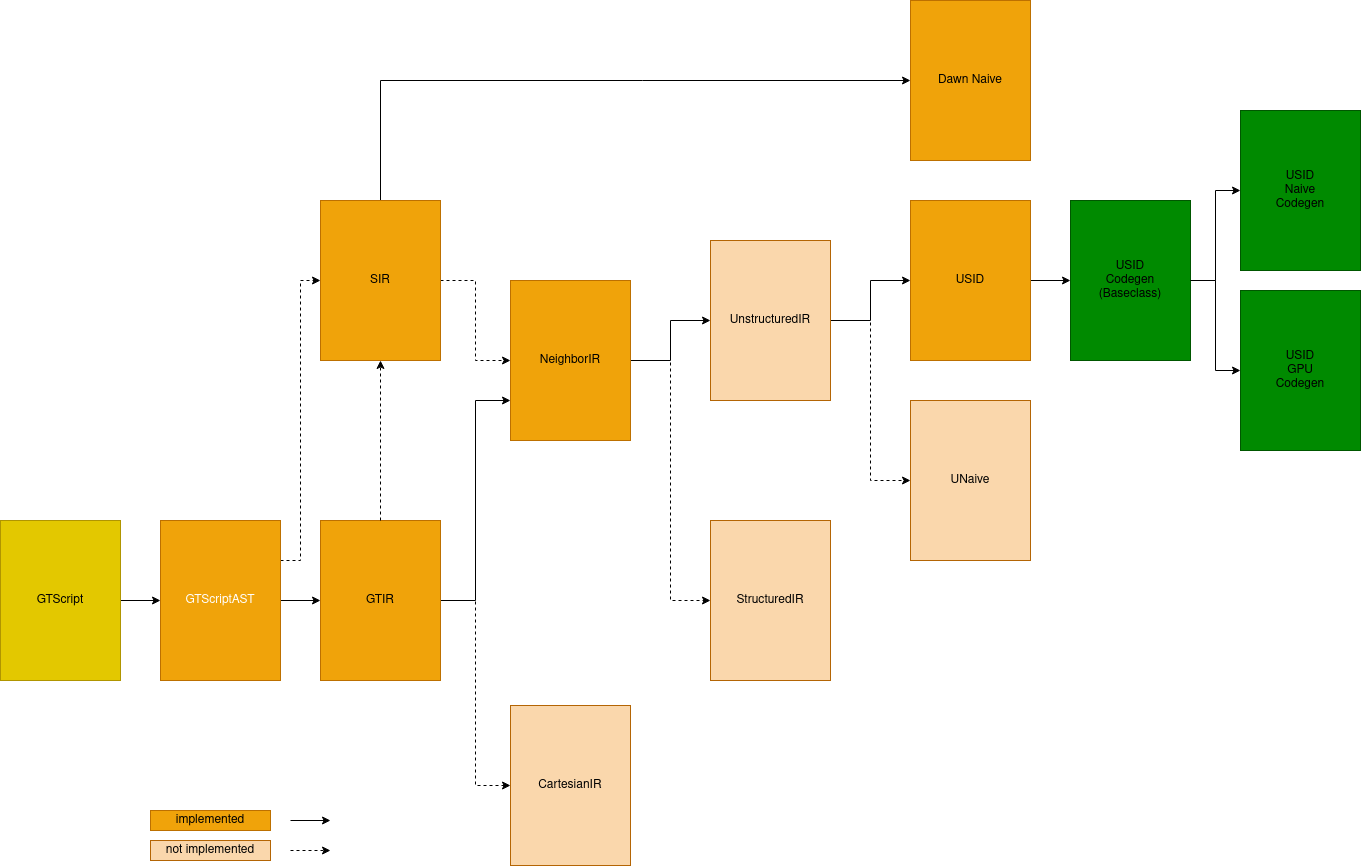
The draw.io diagram src/gtc_unstructured/gtc_irs.drawio.png in GridTools/gt4py, before a commit. Source tidied: cells renumbered, new cells last; positions are measured from the earlier drawing's top-left corner, leaving out a move shared by most shapes.
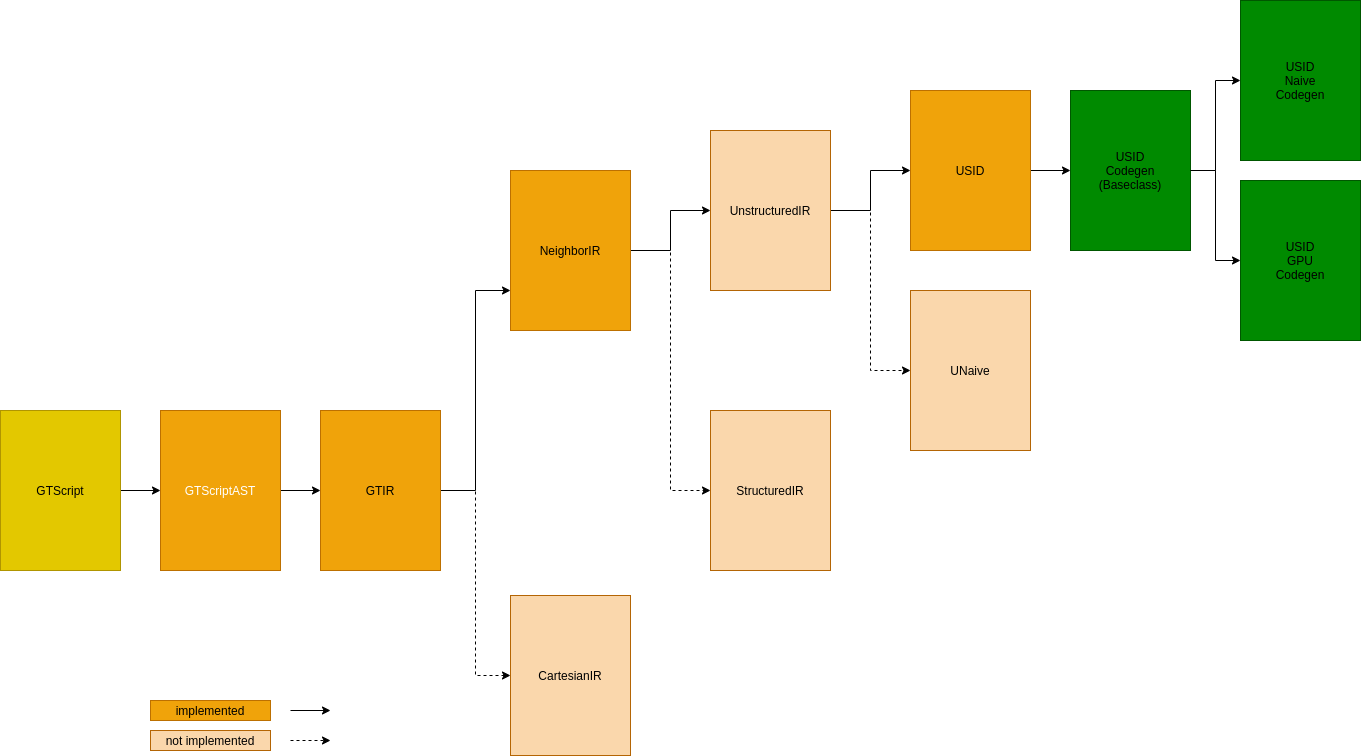
After the commit.

Commit message:
remove sir from summary diagram

Change to the diagram source:
```diff
@@ -44,25 +44,9 @@
     <mxCell id="15" value="&lt;font color=&quot;#000000&quot;&gt;UNaive&lt;/font&gt;" style="rounded=0;whiteSpace=wrap;html=1;fontFamily=Helvetica;fontSize=12;align=center;strokeColor=#b46504;fillColor=#fad7ac;" parent="1" vertex="1">
       <mxGeometry x="910" y="400" width="120" height="160" as="geometry" />
     </mxCell>
-    <mxCell id="16" style="edgeStyle=orthogonalEdgeStyle;rounded=0;jettySize=auto;html=1;fontColor=#000000;dashed=1;" parent="1" edge="1" source="18" target="6">
-      <mxGeometry relative="1" as="geometry" />
-    </mxCell>
-    <mxCell id="17" style="edgeStyle=orthogonalEdgeStyle;rounded=0;jettySize=auto;html=1;entryX=0;entryY=0.5;entryDx=0;entryDy=0;" parent="1" edge="1" source="18" target="31">
-      <mxGeometry relative="1" as="geometry">
-        <Array as="points">
-          <mxPoint x="380" y="80" />
-        </Array>
-      </mxGeometry>
-    </mxCell>
-    <mxCell id="18" value="&lt;font color=&quot;#000000&quot;&gt;SIR&lt;/font&gt;" style="rounded=0;whiteSpace=wrap;html=1;fontFamily=Helvetica;fontSize=12;fontColor=#ffffff;align=center;strokeColor=#BD7000;fillColor=#f0a30a;" parent="1" vertex="1">
-      <mxGeometry x="320" y="200" width="120" height="160" as="geometry" />
-    </mxCell>
     <mxCell id="19" style="edgeStyle=orthogonalEdgeStyle;rounded=0;jettySize=auto;html=1;fontColor=#000000;" parent="1" edge="1" source="21" target="23">
       <mxGeometry relative="1" as="geometry" />
     </mxCell>
-    <mxCell id="20" style="edgeStyle=orthogonalEdgeStyle;rounded=0;jettySize=auto;html=1;fontColor=#000000;entryX=0;entryY=0.5;entryDx=0;entryDy=0;exitX=1;exitY=0.25;exitDx=0;exitDy=0;dashed=1;" parent="1" edge="1" source="21" target="18">
-      <mxGeometry relative="1" as="geometry" />
-    </mxCell>
     <mxCell id="21" value="GTScriptAST" style="rounded=0;whiteSpace=wrap;html=1;fontFamily=Helvetica;fontSize=12;fontColor=#ffffff;align=center;strokeColor=#BD7000;fillColor=#f0a30a;" parent="1" vertex="1">
       <mxGeometry x="160" y="520" width="120" height="160" as="geometry" />
     </mxCell>
@@ -72,9 +56,6 @@
     <mxCell id="23" value="&lt;font color=&quot;#000000&quot;&gt;GTIR&lt;/font&gt;" style="rounded=0;whiteSpace=wrap;html=1;fontFamily=Helvetica;fontSize=12;align=center;strokeColor=#BD7000;fillColor=#f0a30a;fontColor=#ffffff;" parent="22" vertex="1">
       <mxGeometry width="120" height="160" as="geometry" />
     </mxCell>
-    <mxCell id="24" style="edgeStyle=orthogonalEdgeStyle;rounded=0;jettySize=auto;html=1;dashed=1;fontColor=#000000;entryX=0.5;entryY=1;entryDx=0;entryDy=0;" parent="1" edge="1" source="23" target="18">
-      <mxGeometry relative="1" as="geometry" />
-    </mxCell>
     <mxCell id="25" value="&lt;font color=&quot;#000000&quot;&gt;not implemented&lt;/font&gt;" style="rounded=0;whiteSpace=wrap;html=1;fontFamily=Helvetica;fontSize=12;align=center;strokeColor=#b46504;fillColor=#fad7ac;" parent="1" vertex="1">
       <mxGeometry x="150" y="840" width="120" height="20" as="geometry" />
     </mxCell>
@@ -99,9 +80,6 @@
     <mxCell id="30" value="&lt;font color=&quot;#000000&quot;&gt;GTScript&lt;br&gt;&lt;/font&gt;" style="rounded=0;whiteSpace=wrap;html=1;fontFamily=Helvetica;fontSize=12;fontColor=#ffffff;align=center;strokeColor=#B09500;fillColor=#e3c800;" parent="1" vertex="1">
       <mxGeometry y="520" width="120" height="160" as="geometry" />
     </mxCell>
-    <mxCell id="31" value="&lt;font color=&quot;#000000&quot;&gt;Dawn Naive&lt;br&gt;&lt;/font&gt;" style="rounded=0;whiteSpace=wrap;html=1;fontFamily=Helvetica;fontSize=12;fontColor=#ffffff;align=center;strokeColor=#BD7000;fillColor=#f0a30a;" parent="1" vertex="1">
-      <mxGeometry x="910" width="120" height="160" as="geometry" />
-    </mxCell>
     <mxCell id="32" value="&lt;font color=&quot;#000000&quot;&gt;USID&lt;br&gt;Naive&lt;br&gt;Codegen&lt;br&gt;&lt;/font&gt;" style="rounded=0;whiteSpace=wrap;html=1;fontFamily=Helvetica;fontSize=12;fontColor=#ffffff;align=center;strokeColor=#005700;fillColor=#008a00;" parent="1" vertex="1">
       <mxGeometry x="1240" y="110" width="120" height="160" as="geometry" />
     </mxCell>
```
